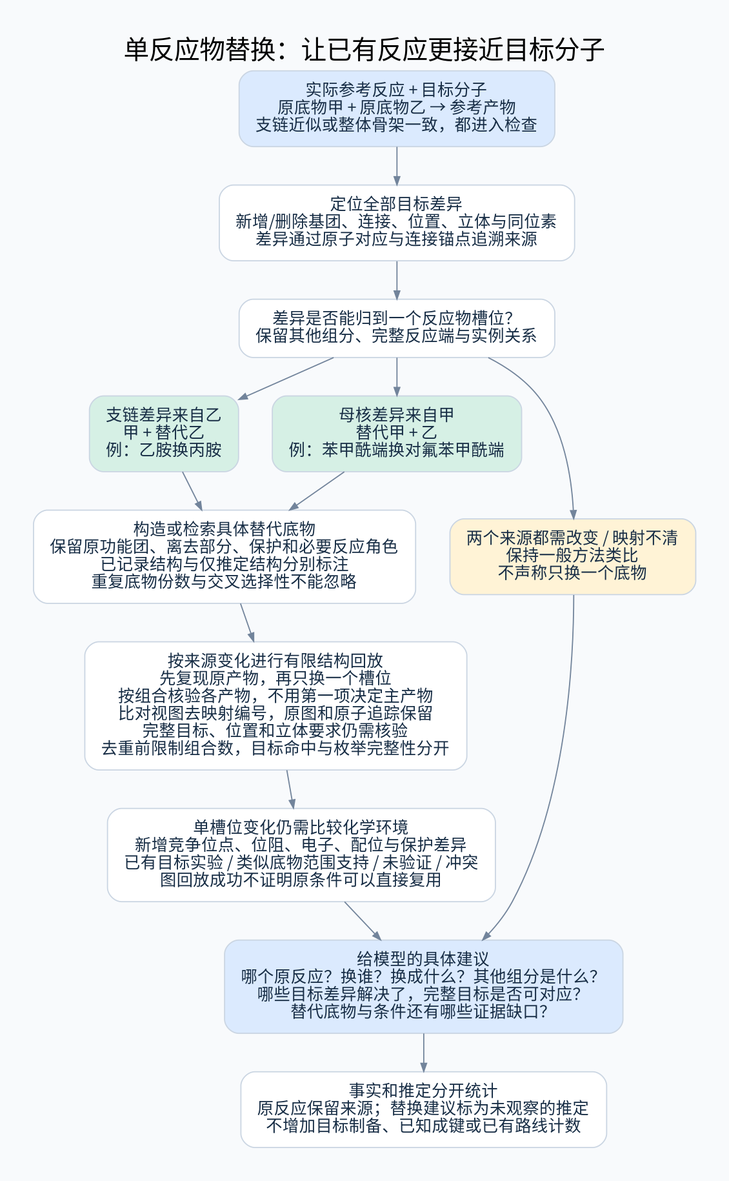
This is diagrams/single-reactant-transfer.png from 825728139/substructure_search, a Graphviz export, as it was before one commit. Its source is kept beside it as diagrams/single-reactant-transfer.dot.
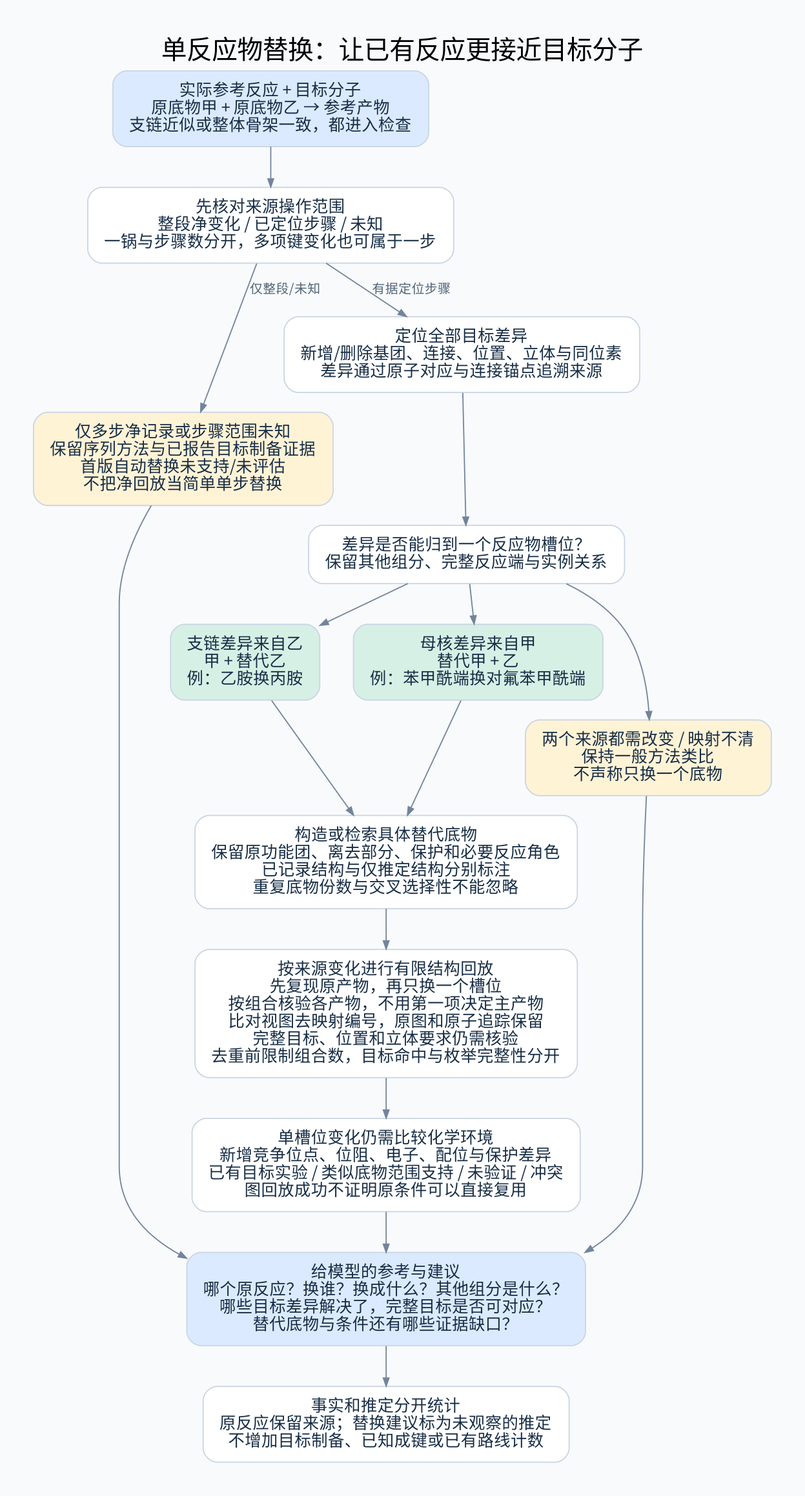
After the commit.

What changed in the source:
```diff
@@ -8,6 +8,13 @@
 a [label="实际参考反应 + 目标分子
 原底物甲 + 原底物乙 → 参考产物
 支链近似或整体骨架一致，都进入检查", fillcolor="#DBEAFE"];
+step_scope [label="先核对来源操作范围
+整段净变化 / 已定位步骤 / 未知
+一锅与步骤数分开，多项键变化也可属于一步"];
+sequence_only [label="仅多步净记录或步骤范围未知
+保留序列方法与已报告目标制备证据
+首版自动替换未支持/未评估
+不把净回放当简单单步替换", fillcolor="#FFF3D6"];
 b [label="定位全部目标差异
 新增/删除基团、连接、位置、立体与同位素
 差异通过原子对应与连接锚点追溯来源"];
@@ -36,17 +43,21 @@
 新增竞争位点、位阻、电子、配位与保护差异
 已有目标实验 / 类似底物范围支持 / 未验证 / 冲突
 图回放成功不证明原条件可以直接复用"];
-g [label="给模型的具体建议
+g [label="给模型的参考与建议
 哪个原反应？换谁？换成什么？其他组分是什么？
 哪些目标差异解决了，完整目标是否可对应？
 替代底物与条件还有哪些证据缺口？", fillcolor="#DBEAFE"];
 count [label="事实和推定分开统计
 原反应保留来源；替换建议标为未观察的推定
 不增加目标制备、已知成键或已有路线计数"];
-a -> b -> c;
+a -> step_scope;
+step_scope -> b [label="有据定位步骤"];
+step_scope -> sequence_only [label="仅整段/未知"];
+b -> c;
 c -> side; c -> core; c -> unknown;
 side -> d; core -> d;
 d -> e -> f -> g;
 unknown -> g;
+sequence_only -> g;
 g -> count;
 }
```
